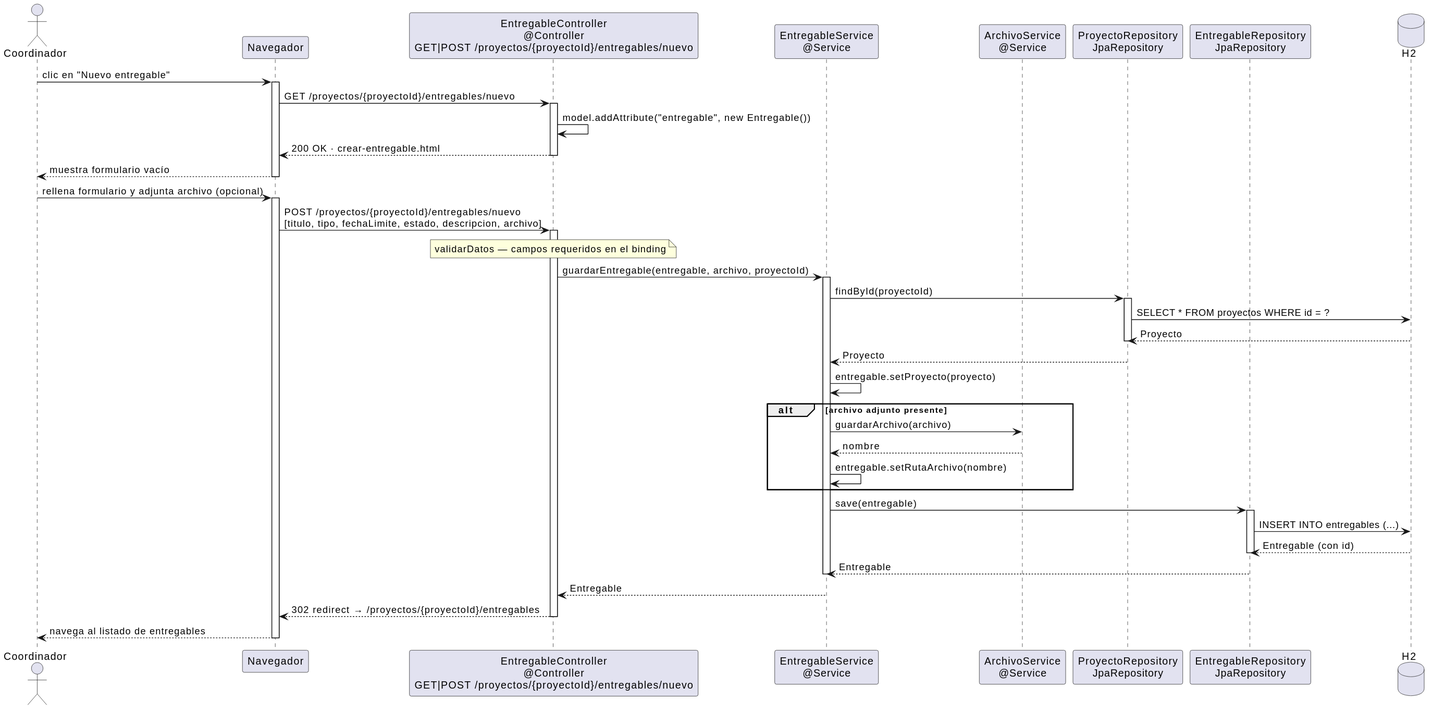
The PlantUML diagram images/diseño/coordinador/crearEntregable-diseño.svg in 31Diego/25-26-idsw2-sdVC, before a commit.
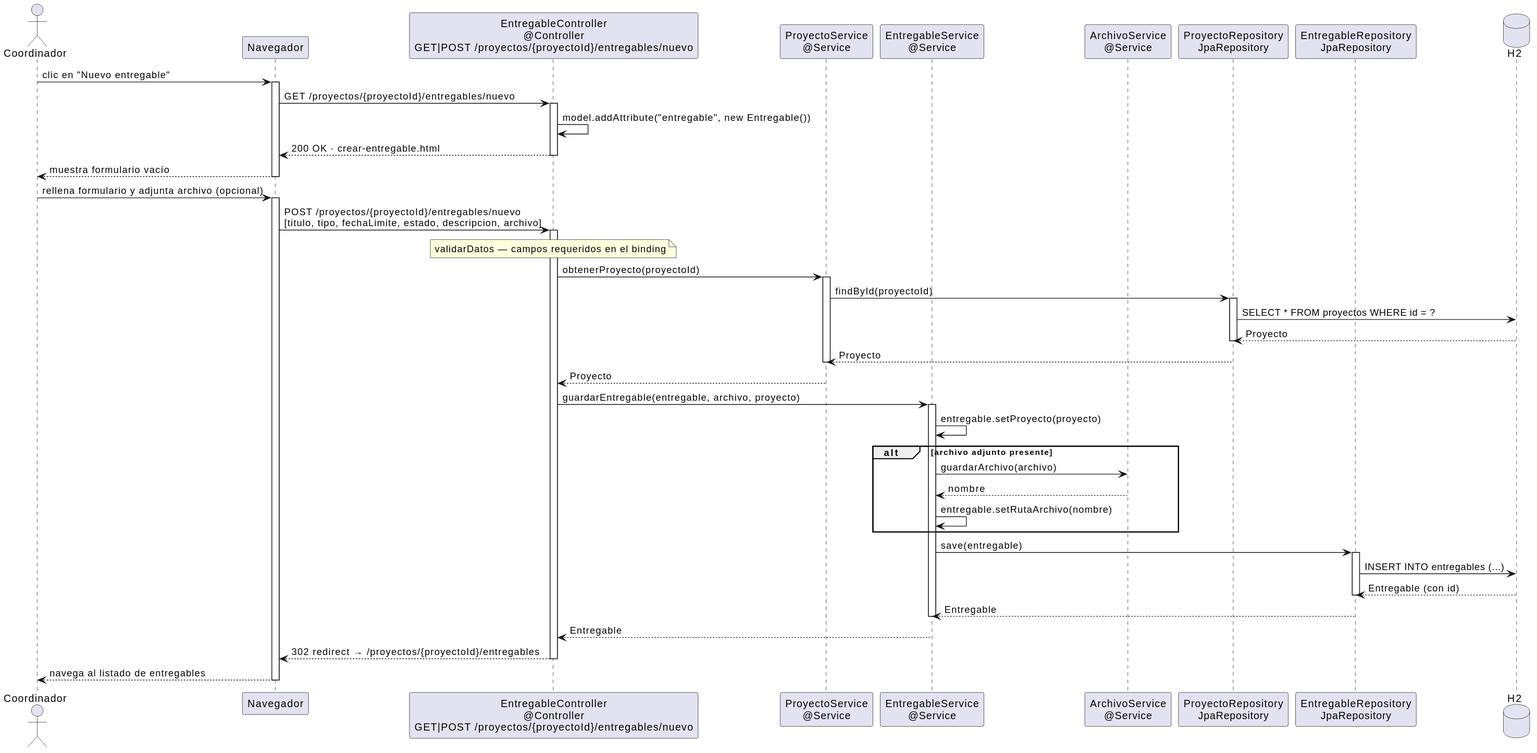
Above is the later version.

Diff of the diagram source:
```diff
@@ -4,6 +4,7 @@
 actor "Coordinador" as Coord
 participant "Navegador" as Nav
 participant "EntregableController\n@Controller\nGET|POST /proyectos/{proyectoId}/entregables/nuevo" as Ctrl
+participant "ProyectoService\n@Service" as ProyectoSvc
 participant "EntregableService\n@Service" as Service
 participant "ArchivoService\n@Service" as ArchivoSvc
 participant "ProyectoRepository\nJpaRepository" as ProyectoRepo
@@ -27,14 +28,19 @@
 
 note over Ctrl : validarDatos — campos requeridos en el binding
 
-Ctrl -> Service : guardarEntregable(entregable, archivo, proyectoId)
-activate Service
-Service -> ProyectoRepo : findById(proyectoId)
+Ctrl -> ProyectoSvc : obtenerProyecto(proyectoId)
+activate ProyectoSvc
+ProyectoSvc -> ProyectoRepo : findById(proyectoId)
 activate ProyectoRepo
 ProyectoRepo -> DB : SELECT * FROM proyectos WHERE id = ?
 DB --> ProyectoRepo : Proyecto
 deactivate ProyectoRepo
-ProyectoRepo --> Service : Proyecto
+ProyectoRepo --> ProyectoSvc : Proyecto
+deactivate ProyectoSvc
+ProyectoSvc --> Ctrl : Proyecto
+
+Ctrl -> Service : guardarEntregable(entregable, archivo, proyecto)
+activate Service
 Service -> Service : entregable.setProyecto(proyecto)
 
 alt archivo adjunto presente
```
